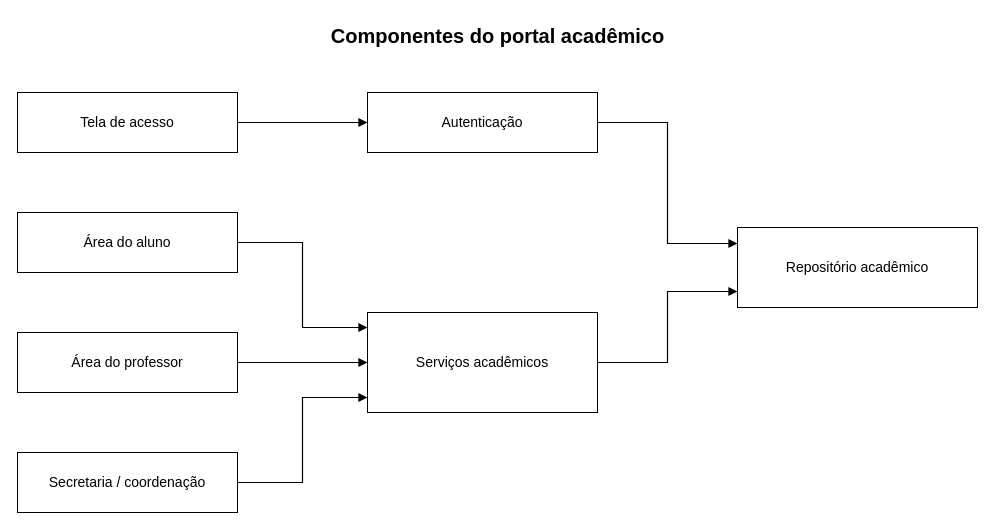
Before: diagramas/componentes/telas-e-servicos.drawio in samunovasideias/pp1-site-faculdade-uml, a draw.io diagram. Source tidied: cells renumbered, new cells numbered last; positions are measured from the earlier drawing's top-left corner, leaving out a move shared by most shapes. Both pictures are drawn from the tidied source at 100%, with x=0, y=0 at pixel (17, 17).
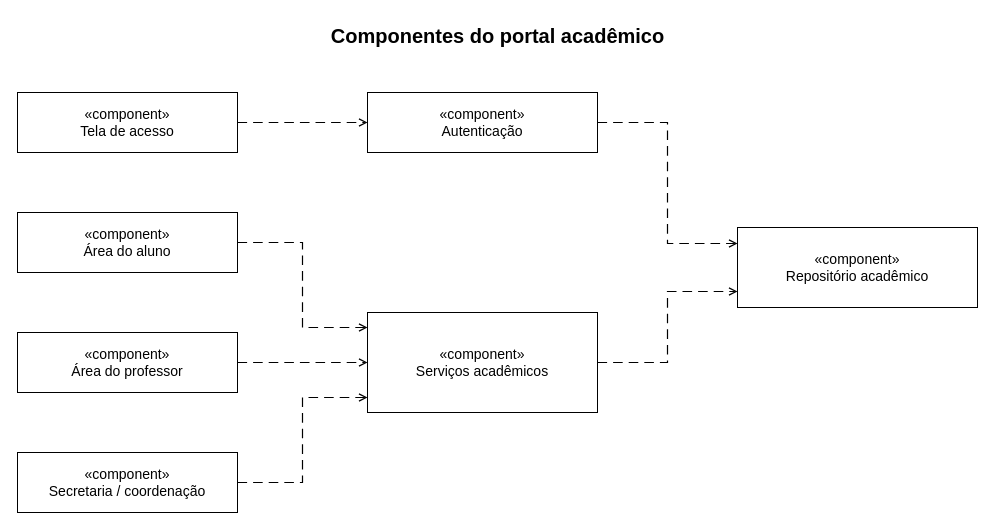
Above is the later version.

Commit message (it also covers changes not shown here):
Corrige notação UML de componentes

Diff of the diagram source:
```diff
@@
 <mxGraphModel>
   <root>
     <mxCell id="0" />
     <mxCell id="1" parent="0" />
     <mxCell id="2" value="Componentes do portal acadêmico" style="text;html=1;strokeColor=none;fillColor=none;align=center;verticalAlign=middle;fontFamily=Arial;fontSize=20;fontStyle=1;fontColor=#000000;" parent="1" vertex="1">
       <mxGeometry x="200" width="560" height="35" as="geometry" />
     </mxCell>
-    <mxCell id="3" value="Tela de acesso" style="rounded=0;whiteSpace=wrap;html=1;fillColor=#FFFFFF;strokeColor=#000000;fontColor=#000000;fontFamily=Arial;fontSize=14;" parent="1" vertex="1">
+    <mxCell id="3" value="«component»&lt;br&gt;Tela de acesso" style="rounded=0;whiteSpace=wrap;html=1;fillColor=#FFFFFF;strokeColor=#000000;fontColor=#000000;fontFamily=Arial;fontSize=14;" parent="1" vertex="1">
       <mxGeometry y="75" width="220" height="60" as="geometry" />
     </mxCell>
-    <mxCell id="4" value="Área do aluno" style="rounded=0;whiteSpace=wrap;html=1;fillColor=#FFFFFF;strokeColor=#000000;fontColor=#000000;fontFamily=Arial;fontSize=14;" parent="1" vertex="1">
+    <mxCell id="4" value="«component»&lt;br&gt;Área do aluno" style="rounded=0;whiteSpace=wrap;html=1;fillColor=#FFFFFF;strokeColor=#000000;fontColor=#000000;fontFamily=Arial;fontSize=14;" parent="1" vertex="1">
       <mxGeometry y="195" width="220" height="60" as="geometry" />
     </mxCell>
-    <mxCell id="5" value="Área do professor" style="rounded=0;whiteSpace=wrap;html=1;fillColor=#FFFFFF;strokeColor=#000000;fontColor=#000000;fontFamily=Arial;fontSize=14;" parent="1" vertex="1">
+    <mxCell id="5" value="«component»&lt;br&gt;Área do professor" style="rounded=0;whiteSpace=wrap;html=1;fillColor=#FFFFFF;strokeColor=#000000;fontColor=#000000;fontFamily=Arial;fontSize=14;" parent="1" vertex="1">
       <mxGeometry y="315" width="220" height="60" as="geometry" />
     </mxCell>
-    <mxCell id="6" value="Secretaria / coordenação" style="rounded=0;whiteSpace=wrap;html=1;fillColor=#FFFFFF;strokeColor=#000000;fontColor=#000000;fontFamily=Arial;fontSize=14;" parent="1" vertex="1">
+    <mxCell id="6" value="«component»&lt;br&gt;Secretaria / coordenação" style="rounded=0;whiteSpace=wrap;html=1;fillColor=#FFFFFF;strokeColor=#000000;fontColor=#000000;fontFamily=Arial;fontSize=14;" parent="1" vertex="1">
       <mxGeometry y="435" width="220" height="60" as="geometry" />
     </mxCell>
-    <mxCell id="7" value="Autenticação" style="rounded=0;whiteSpace=wrap;html=1;fillColor=#FFFFFF;strokeColor=#000000;fontColor=#000000;fontFamily=Arial;fontSize=14;" parent="1" vertex="1">
+    <mxCell id="7" value="«component»&lt;br&gt;Autenticação" style="rounded=0;whiteSpace=wrap;html=1;fillColor=#FFFFFF;strokeColor=#000000;fontColor=#000000;fontFamily=Arial;fontSize=14;" parent="1" vertex="1">
       <mxGeometry x="350" y="75" width="230" height="60" as="geometry" />
     </mxCell>
-    <mxCell id="8" value="Serviços acadêmicos" style="rounded=0;whiteSpace=wrap;html=1;fillColor=#FFFFFF;strokeColor=#000000;fontColor=#000000;fontFamily=Arial;fontSize=14;" parent="1" vertex="1">
+    <mxCell id="8" value="«component»&lt;br&gt;Serviços acadêmicos" style="rounded=0;whiteSpace=wrap;html=1;fillColor=#FFFFFF;strokeColor=#000000;fontColor=#000000;fontFamily=Arial;fontSize=14;" parent="1" vertex="1">
       <mxGeometry x="350" y="295" width="230" height="100" as="geometry" />
     </mxCell>
-    <mxCell id="9" value="Repositório acadêmico" style="rounded=0;whiteSpace=wrap;html=1;fillColor=#FFFFFF;strokeColor=#000000;fontColor=#000000;fontFamily=Arial;fontSize=14;" parent="1" vertex="1">
+    <mxCell id="9" value="«component»&lt;br&gt;Repositório acadêmico" style="rounded=0;whiteSpace=wrap;html=1;fillColor=#FFFFFF;strokeColor=#000000;fontColor=#000000;fontFamily=Arial;fontSize=14;" parent="1" vertex="1">
       <mxGeometry x="720" y="210" width="240" height="80" as="geometry" />
     </mxCell>
-    <mxCell id="10" style="edgeStyle=orthogonalEdgeStyle;rounded=0;jettySize=auto;html=1;strokeColor=#000000;strokeWidth=1.2;endArrow=block;endFill=1;" parent="1" edge="1" source="3" target="7">
+    <mxCell id="10" style="edgeStyle=orthogonalEdgeStyle;rounded=0;jettySize=auto;html=1;strokeColor=#000000;strokeWidth=1.2;dashed=1;dashPattern=8 5;endArrow=open;endFill=0;" parent="1" edge="1" source="3" target="7">
       <mxGeometry relative="1" as="geometry" />
     </mxCell>
-    <mxCell id="11" style="edgeStyle=orthogonalEdgeStyle;rounded=0;jettySize=auto;html=1;strokeColor=#000000;strokeWidth=1.2;endArrow=block;endFill=1;exitX=1;exitY=0.5;entryX=0;entryY=0.15;" parent="1" edge="1" source="4" target="8">
+    <mxCell id="11" style="edgeStyle=orthogonalEdgeStyle;rounded=0;jettySize=auto;html=1;strokeColor=#000000;strokeWidth=1.2;dashed=1;dashPattern=8 5;endArrow=open;endFill=0;exitX=1;exitY=0.5;entryX=0;entryY=0.15;" parent="1" edge="1" source="4" target="8">
       <mxGeometry relative="1" as="geometry" />
     </mxCell>
-    <mxCell id="12" style="edgeStyle=orthogonalEdgeStyle;rounded=0;jettySize=auto;html=1;strokeColor=#000000;strokeWidth=1.2;endArrow=block;endFill=1;" parent="1" edge="1" source="5" target="8">
+    <mxCell id="12" style="edgeStyle=orthogonalEdgeStyle;rounded=0;jettySize=auto;html=1;strokeColor=#000000;strokeWidth=1.2;dashed=1;dashPattern=8 5;endArrow=open;endFill=0;" parent="1" edge="1" source="5" target="8">
       <mxGeometry relative="1" as="geometry" />
     </mxCell>
-    <mxCell id="13" style="edgeStyle=orthogonalEdgeStyle;rounded=0;jettySize=auto;html=1;strokeColor=#000000;strokeWidth=1.2;endArrow=block;endFill=1;exitX=1;exitY=0.5;entryX=0;entryY=0.85;" parent="1" edge="1" source="6" target="8">
+    <mxCell id="13" style="edgeStyle=orthogonalEdgeStyle;rounded=0;jettySize=auto;html=1;strokeColor=#000000;strokeWidth=1.2;dashed=1;dashPattern=8 5;endArrow=open;endFill=0;exitX=1;exitY=0.5;entryX=0;entryY=0.85;" parent="1" edge="1" source="6" target="8">
       <mxGeometry relative="1" as="geometry" />
     </mxCell>
-    <mxCell id="14" style="edgeStyle=orthogonalEdgeStyle;rounded=0;jettySize=auto;html=1;strokeColor=#000000;strokeWidth=1.2;endArrow=block;endFill=1;exitX=1;exitY=0.5;entryX=0;entryY=0.2;" parent="1" edge="1" source="7" target="9">
+    <mxCell id="14" style="edgeStyle=orthogonalEdgeStyle;rounded=0;jettySize=auto;html=1;strokeColor=#000000;strokeWidth=1.2;dashed=1;dashPattern=8 5;endArrow=open;endFill=0;exitX=1;exitY=0.5;entryX=0;entryY=0.2;" parent="1" edge="1" source="7" target="9">
       <mxGeometry relative="1" as="geometry" />
     </mxCell>
-    <mxCell id="15" style="edgeStyle=orthogonalEdgeStyle;rounded=0;jettySize=auto;html=1;strokeColor=#000000;strokeWidth=1.2;endArrow=block;endFill=1;exitX=1;exitY=0.5;entryX=0;entryY=0.8;" parent="1" edge="1" source="8" target="9">
+    <mxCell id="15" style="edgeStyle=orthogonalEdgeStyle;rounded=0;jettySize=auto;html=1;strokeColor=#000000;strokeWidth=1.2;dashed=1;dashPattern=8 5;endArrow=open;endFill=0;exitX=1;exitY=0.5;entryX=0;entryY=0.8;" parent="1" edge="1" source="8" target="9">
       <mxGeometry relative="1" as="geometry" />
     </mxCell>
   </root>
 </mxGraphModel>
```
